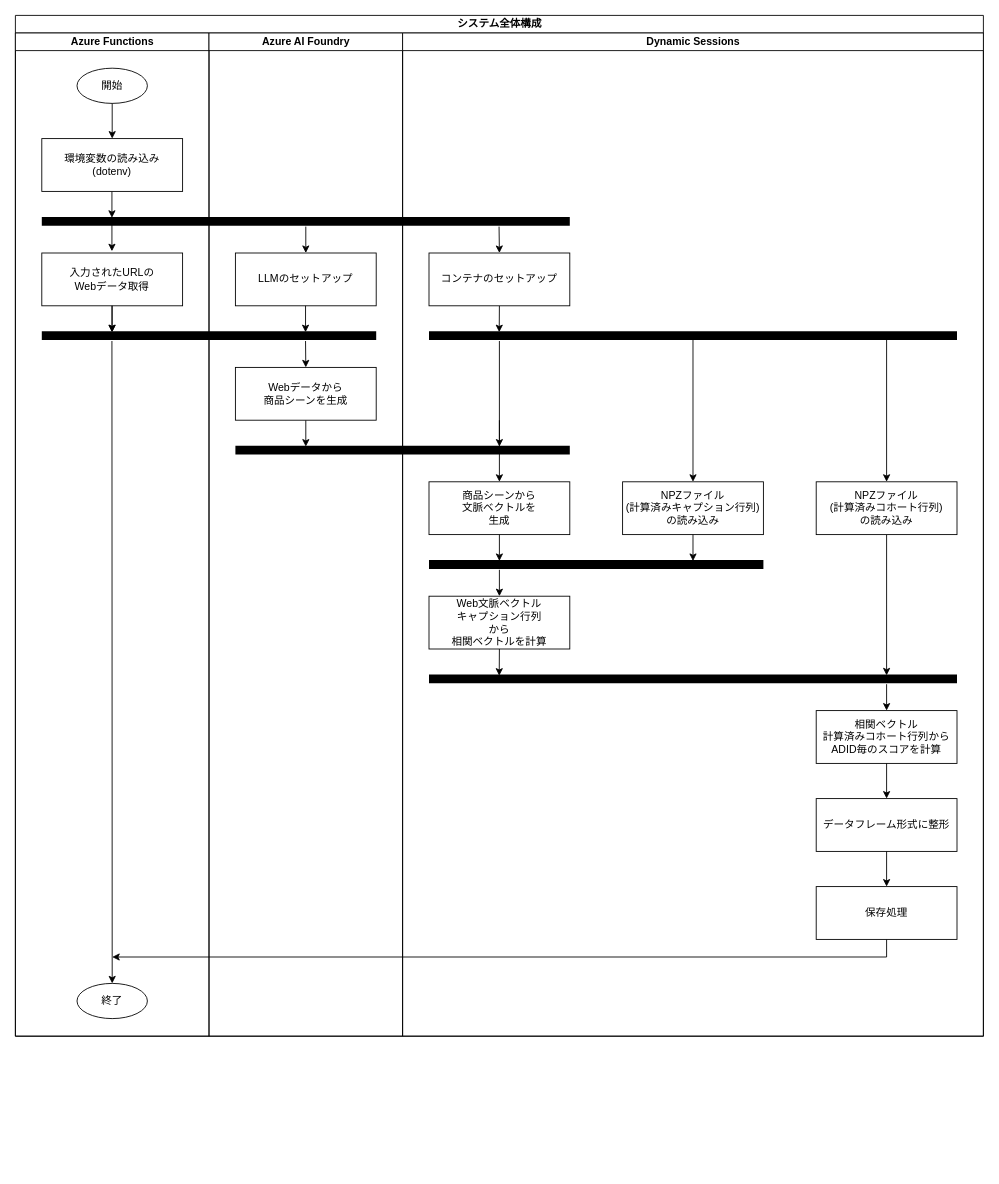
This is cohort_match_agent.drawio from AI-Datascience/Cohort_AI_Agent, a draw.io file, before an edit. Source tidied: cells renumbered, new cells numbered last; positions are measured from the earlier drawing's top-left corner, leaving out a move shared by most shapes. Both pictures are drawn from the tidied source at 88%, with x=0, y=0 at pixel (15, 15).
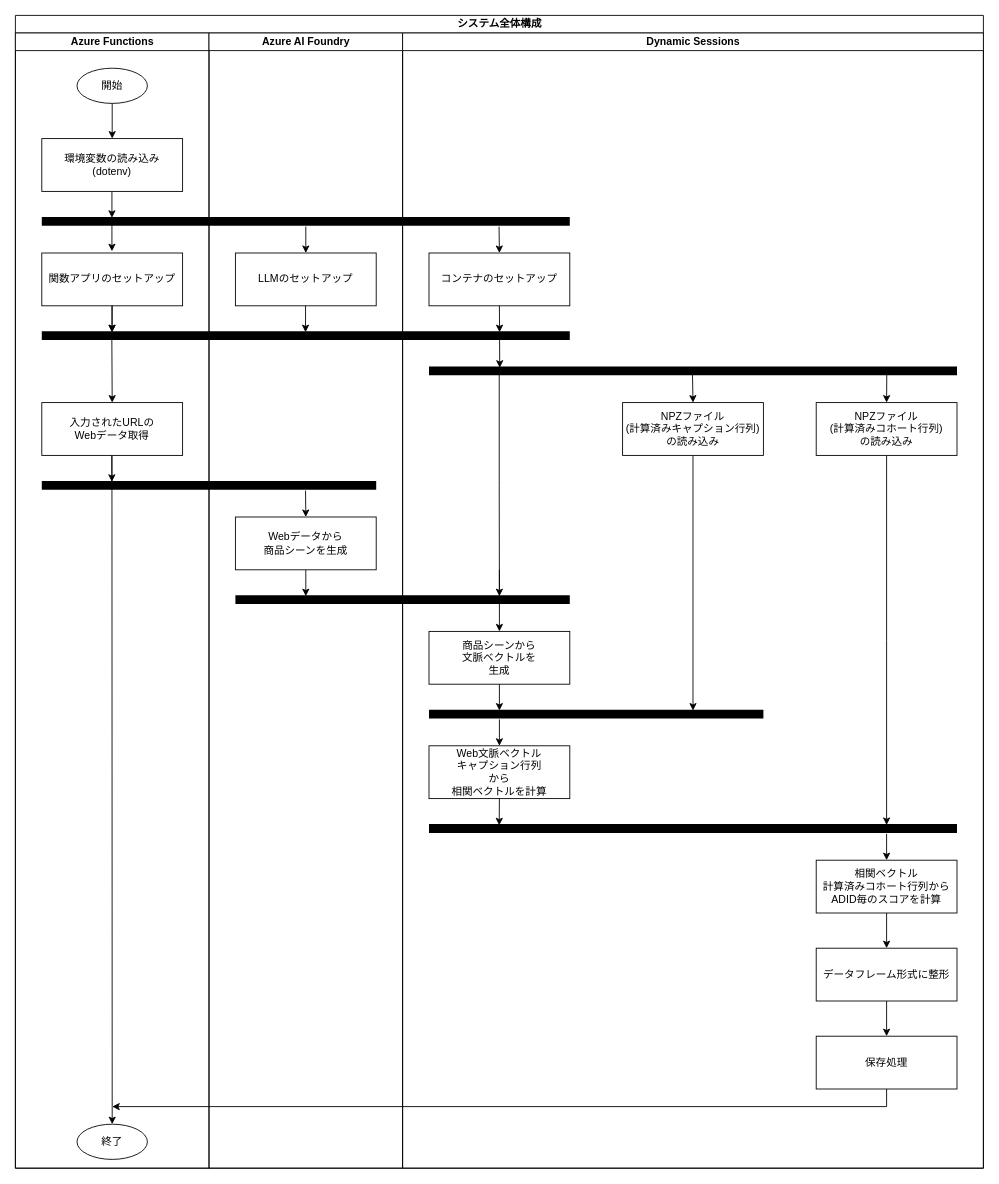
After the change.

The edit, as a diff of the source:
```diff
@@
     <mxCell id="2" value="システム全体構成" style="swimlane;startSize=20;html=1;" parent="1" vertex="1">
-      <mxGeometry width="1100" height="1160" as="geometry" />
+      <mxGeometry width="1100" height="1310" as="geometry" />
     </mxCell>
     <mxCell id="3" value="Azure Functions" style="swimlane;startSize=20;html=1;" parent="2" vertex="1">
-      <mxGeometry y="20" width="220" height="1140" as="geometry" />
+      <mxGeometry y="20" width="220" height="1290" as="geometry" />
     </mxCell>
-    <mxCell id="4" value="入力されたURLの&lt;br&gt;Webデータ取得" style="rounded=0;whiteSpace=wrap;html=1;" parent="3" vertex="1">
+    <mxCell id="4" value="関数アプリのセットアップ" style="rounded=0;whiteSpace=wrap;html=1;" parent="3" vertex="1">
       <mxGeometry x="30" y="250" width="160" height="60" as="geometry" />
     </mxCell>
@@
-    <mxCell id="10" value="終了" style="ellipse;whiteSpace=wrap;html=1;" parent="3" vertex="1">
-      <mxGeometry x="70" y="1080" width="80" height="40" as="geometry" />
-    </mxCell>
-    <mxCell id="11" style="line;strokeWidth=10;fillColor=none;align=left;verticalAlign=middle;spacingTop=-1;spacingLeft=3;spacingRight=3;labelPosition=right;strokeColor=inherit;" parent="3" vertex="1">
-      <mxGeometry x="30" y="340" width="380" height="8" as="geometry" />
-    </mxCell>
@@
-    <mxCell id="13" style="endArrow=classic;html=1;rounded=0;entryX=0.5;entryY=0;entryDx=0;entryDy=0;" parent="3" edge="1" target="10">
-      <mxGeometry relative="1" as="geometry">
-        <mxPoint x="109.7" y="350" as="sourcePoint" />
-      </mxGeometry>
-    </mxCell>
@@
-    <mxCell id="17" value="Azure AI Foundry" style="swimlane;startSize=20;html=1;" parent="2" vertex="1">
-      <mxGeometry x="220" y="20" width="220" height="1140" as="geometry" />
-    </mxCell>
-    <mxCell id="18" value="LLMのセットアップ" style="rounded=0;whiteSpace=wrap;html=1;" parent="17" vertex="1">
-      <mxGeometry x="30" y="250" width="160" height="60" as="geometry" />
-    </mxCell>
+    <mxCell id="51" style="line;strokeWidth=10;fillColor=none;align=left;verticalAlign=middle;spacingTop=-1;spacingLeft=3;spacingRight=3;labelPosition=right;points=[];portConstraint=eastwest;strokeColor=inherit;" parent="3" vertex="1">
+      <mxGeometry x="30" y="340" width="600" height="8" as="geometry" />
+    </mxCell>
+    <mxCell id="52" style="endArrow=classic;html=1;rounded=0;entryX=0.5;entryY=0;entryDx=0;entryDy=0;" parent="3" edge="1" target="54">
+      <mxGeometry relative="1" as="geometry">
+        <mxPoint x="109.6" y="348" as="sourcePoint" />
+      </mxGeometry>
+    </mxCell>
+    <mxCell id="53" style="endArrow=classic;html=1;rounded=0;entryX=0.5;entryY=0;entryDx=0;entryDy=0;" parent="3" edge="1">
+      <mxGeometry relative="1" as="geometry">
+        <mxPoint x="109.6" y="480" as="sourcePoint" />
+        <mxPoint x="109.6" y="510" as="targetPoint" />
+      </mxGeometry>
+    </mxCell>
+    <mxCell id="10" value="終了" style="ellipse;whiteSpace=wrap;html=1;" parent="3" vertex="1">
+      <mxGeometry x="70" y="1240" width="80" height="40" as="geometry" />
+    </mxCell>
+    <mxCell id="11" style="line;strokeWidth=10;fillColor=none;align=left;verticalAlign=middle;spacingTop=-1;spacingLeft=3;spacingRight=3;labelPosition=right;strokeColor=inherit;" parent="3" vertex="1">
+      <mxGeometry x="30" y="510" width="380" height="8" as="geometry" />
+    </mxCell>
-    <mxCell id="19" style="edgeStyle=orthogonalEdgeStyle;rounded=0;jettySize=auto;html=1;exitX=0.5;exitY=1;exitDx=0;exitDy=0;" parent="17" edge="1" source="20">
+    <mxCell id="19" style="edgeStyle=orthogonalEdgeStyle;rounded=0;jettySize=auto;html=1;exitX=0.5;exitY=1;exitDx=0;exitDy=0;" parent="3" edge="1" source="20">
       <mxGeometry relative="1" as="geometry">
-        <mxPoint x="110" y="470" as="targetPoint" />
+        <mxPoint x="330" y="640" as="targetPoint" />
       </mxGeometry>
     </mxCell>
-    <mxCell id="20" value="Webデータから&lt;br&gt;商品シーンを生成" style="rounded=0;whiteSpace=wrap;html=1;" parent="17" vertex="1">
-      <mxGeometry x="30" y="380" width="160" height="60" as="geometry" />
+    <mxCell id="20" value="Webデータから&lt;br&gt;商品シーンを生成" style="rounded=0;whiteSpace=wrap;html=1;" parent="3" vertex="1">
+      <mxGeometry x="250" y="550" width="160" height="60" as="geometry" />
     </mxCell>
-    <mxCell id="21" style="line;strokeWidth=10;fillColor=none;align=left;verticalAlign=middle;spacingTop=-1;spacingLeft=3;spacingRight=3;labelPosition=right;strokeColor=inherit;" parent="17" vertex="1">
-      <mxGeometry x="30" y="470" width="380" height="8" as="geometry" />
+    <mxCell id="21" style="line;strokeWidth=10;fillColor=none;align=left;verticalAlign=middle;spacingTop=-1;spacingLeft=3;spacingRight=3;labelPosition=right;strokeColor=inherit;" parent="3" vertex="1">
+      <mxGeometry x="250" y="640" width="380" height="8" as="geometry" />
     </mxCell>
-    <mxCell id="22" style="endArrow=classic;html=1;rounded=0;entryX=0.5;entryY=0;entryDx=0;entryDy=0;" parent="17" edge="1">
-      <mxGeometry relative="1" as="geometry">
-        <mxPoint x="109.7" y="310" as="sourcePoint" />
-        <mxPoint x="109.7" y="340" as="targetPoint" />
-      </mxGeometry>
-    </mxCell>
-    <mxCell id="23" style="endArrow=classic;html=1;rounded=0;entryX=0.5;entryY=0;entryDx=0;entryDy=0;" parent="17" edge="1" target="20">
+    <mxCell id="23" style="endArrow=classic;html=1;rounded=0;entryX=0.5;entryY=0;entryDx=0;entryDy=0;" parent="3" edge="1" target="20">
       <mxGeometry relative="1" as="geometry">
-        <mxPoint x="109.7" y="350" as="sourcePoint" />
+        <mxPoint x="329.7" y="520" as="sourcePoint" />
       </mxGeometry>
     </mxCell>
-    <mxCell id="24" value="Dynamic Sessions" style="swimlane;startSize=20;html=1;" parent="2" vertex="1">
-      <mxGeometry x="440" y="20" width="660" height="1140" as="geometry" />
-    </mxCell>
-    <mxCell id="25" style="line;strokeWidth=10;fillColor=none;align=left;verticalAlign=middle;spacingTop=-1;spacingLeft=3;spacingRight=3;labelPosition=right;points=[];portConstraint=eastwest;strokeColor=inherit;" parent="24" vertex="1">
-      <mxGeometry x="30" y="340" width="600" height="8" as="geometry" />
-    </mxCell>
-    <mxCell id="26" style="edgeStyle=orthogonalEdgeStyle;rounded=0;jettySize=auto;html=1;exitX=0.5;exitY=1;exitDx=0;exitDy=0;entryX=0.133;entryY=0;entryDx=0;entryDy=0;entryPerimeter=0;" parent="24" edge="1" source="27" target="25">
-      <mxGeometry relative="1" as="geometry" />
-    </mxCell>
-    <mxCell id="27" value="コンテナのセットアップ" style="rounded=0;whiteSpace=wrap;html=1;" parent="24" vertex="1">
-      <mxGeometry x="30" y="250" width="160" height="60" as="geometry" />
-    </mxCell>
-    <mxCell id="28" style="endArrow=classic;html=1;rounded=0;entryX=0.5;entryY=0;entryDx=0;entryDy=0;" parent="24" edge="1" source="25" target="35">
-      <mxGeometry relative="1" as="geometry" />
-    </mxCell>
-    <mxCell id="29" style="endArrow=classic;html=1;rounded=0;entryX=0.5;entryY=0;entryDx=0;entryDy=0;" parent="24" edge="1" target="37">
-      <mxGeometry relative="1" as="geometry">
-        <mxPoint x="550" y="348" as="sourcePoint" />
-      </mxGeometry>
-    </mxCell>
-    <mxCell id="30" style="edgeStyle=orthogonalEdgeStyle;rounded=0;jettySize=auto;html=1;exitX=0.5;exitY=1;exitDx=0;exitDy=0;entryX=0.133;entryY=0.042;entryDx=0;entryDy=0;entryPerimeter=0;" parent="24" edge="1" source="31" target="46">
+    <mxCell id="30" style="edgeStyle=orthogonalEdgeStyle;rounded=0;jettySize=auto;html=1;exitX=0.5;exitY=1;exitDx=0;exitDy=0;entryX=0.133;entryY=0.042;entryDx=0;entryDy=0;entryPerimeter=0;" parent="3" edge="1" source="31" target="46">
       <mxGeometry relative="1" as="geometry" />
     </mxCell>
-    <mxCell id="31" value="Web文脈ベクトル&lt;br&gt;キャプション行列&lt;br&gt;から&lt;br&gt;相関ベクトルを計算" style="rounded=0;whiteSpace=wrap;html=1;" parent="24" vertex="1">
-      <mxGeometry x="30" y="640" width="160" height="60" as="geometry" />
+    <mxCell id="31" value="Web文脈ベクトル&lt;br&gt;キャプション行列&lt;br&gt;から&lt;br&gt;相関ベクトルを計算" style="rounded=0;whiteSpace=wrap;html=1;" parent="3" vertex="1">
+      <mxGeometry x="470" y="810" width="160" height="60" as="geometry" />
     </mxCell>
-    <mxCell id="32" value="商品シーンから&lt;br&gt;文脈ベクトルを&lt;br&gt;生成" style="rounded=0;whiteSpace=wrap;html=1;" parent="24" vertex="1">
-      <mxGeometry x="30" y="510" width="160" height="60" as="geometry" />
+    <mxCell id="32" value="商品シーンから&lt;br&gt;文脈ベクトルを&lt;br&gt;生成" style="rounded=0;whiteSpace=wrap;html=1;" parent="3" vertex="1">
+      <mxGeometry x="470" y="680" width="160" height="60" as="geometry" />
     </mxCell>
-    <mxCell id="33" style="edgeStyle=orthogonalEdgeStyle;rounded=0;orthogonalLoop=1;jettySize=auto;html=1;" parent="24" edge="1">
+    <mxCell id="33" style="edgeStyle=orthogonalEdgeStyle;rounded=0;jettySize=auto;html=1;exitX=0.133;exitY=0.95;exitDx=0;exitDy=0;exitPerimeter=0;" parent="3" edge="1" source="25">
       <mxGeometry relative="1" as="geometry">
-        <mxPoint x="110" y="350" as="sourcePoint" />
-        <mxPoint x="110" y="470" as="targetPoint" />
+        <mxPoint x="550" y="640" as="targetPoint" />
       </mxGeometry>
     </mxCell>
-    <mxCell id="34" style="edgeStyle=orthogonalEdgeStyle;rounded=0;jettySize=auto;html=1;exitX=0.5;exitY=1;exitDx=0;exitDy=0;" parent="24" edge="1" source="32">
+    <mxCell id="34" style="edgeStyle=orthogonalEdgeStyle;rounded=0;jettySize=auto;html=1;exitX=0.5;exitY=1;exitDx=0;exitDy=0;" parent="3" edge="1" source="32">
       <mxGeometry relative="1" as="geometry">
-        <mxPoint x="110" y="600" as="targetPoint" />
+        <mxPoint x="550" y="770" as="targetPoint" />
       </mxGeometry>
     </mxCell>
-    <mxCell id="35" value="NPZファイル&lt;br&gt;(計算済みキャプション行列)&lt;br&gt;の読み込み" style="rounded=0;whiteSpace=wrap;html=1;" parent="24" vertex="1">
-      <mxGeometry x="250" y="510" width="160" height="60" as="geometry" />
-    </mxCell>
-    <mxCell id="36" style="edgeStyle=orthogonalEdgeStyle;rounded=0;jettySize=auto;html=1;exitX=0.5;exitY=1;exitDx=0;exitDy=0;" parent="24" edge="1" source="37">
+    <mxCell id="36" style="edgeStyle=orthogonalEdgeStyle;rounded=0;jettySize=auto;html=1;exitX=0.5;exitY=1;exitDx=0;exitDy=0;" parent="3" edge="1" source="37">
       <mxGeometry relative="1" as="geometry">
-        <mxPoint x="550" y="730" as="targetPoint" />
+        <mxPoint x="990" y="900" as="targetPoint" />
       </mxGeometry>
     </mxCell>
-    <mxCell id="37" value="NPZファイル&lt;br&gt;(計算済みコホート行列)&lt;br&gt;の読み込み" style="rounded=0;whiteSpace=wrap;html=1;" parent="24" vertex="1">
-      <mxGeometry x="470" y="510" width="160" height="60" as="geometry" />
-    </mxCell>
-    <mxCell id="38" style="edgeStyle=orthogonalEdgeStyle;rounded=0;jettySize=auto;html=1;exitX=0.5;exitY=1;exitDx=0;exitDy=0;" parent="24" edge="1" source="39">
+    <mxCell id="38" style="edgeStyle=orthogonalEdgeStyle;rounded=0;jettySize=auto;html=1;exitX=0.5;exitY=1;exitDx=0;exitDy=0;" parent="3" edge="1" source="39">
       <mxGeometry relative="1" as="geometry">
-        <mxPoint x="-330" y="1050" as="targetPoint" />
+        <mxPoint x="110" y="1220" as="targetPoint" />
         <Array as="points">
-          <mxPoint x="550" y="1050" />
-          <mxPoint x="-330" y="1050" />
+          <mxPoint x="990" y="1220" />
+          <mxPoint x="110" y="1220" />
         </Array>
       </mxGeometry>
     </mxCell>
-    <mxCell id="39" value="保存処理" style="rounded=0;whiteSpace=wrap;html=1;" parent="24" vertex="1">
-      <mxGeometry x="470" y="970" width="160" height="60" as="geometry" />
+    <mxCell id="39" value="保存処理" style="rounded=0;whiteSpace=wrap;html=1;" parent="3" vertex="1">
+      <mxGeometry x="910" y="1140" width="160" height="60" as="geometry" />
     </mxCell>
-    <mxCell id="40" value="データフレーム形式に整形" style="rounded=0;whiteSpace=wrap;html=1;" parent="24" vertex="1">
-      <mxGeometry x="470" y="870" width="160" height="60" as="geometry" />
+    <mxCell id="40" value="データフレーム形式に整形" style="rounded=0;whiteSpace=wrap;html=1;" parent="3" vertex="1">
+      <mxGeometry x="910" y="1040" width="160" height="60" as="geometry" />
     </mxCell>
-    <mxCell id="41" style="edgeStyle=orthogonalEdgeStyle;rounded=0;jettySize=auto;html=1;exitX=0.5;exitY=1;exitDx=0;exitDy=0;entryX=0.5;entryY=0;entryDx=0;entryDy=0;" parent="24" edge="1" source="40" target="39">
+    <mxCell id="41" style="edgeStyle=orthogonalEdgeStyle;rounded=0;jettySize=auto;html=1;exitX=0.5;exitY=1;exitDx=0;exitDy=0;entryX=0.5;entryY=0;entryDx=0;entryDy=0;" parent="3" edge="1" source="40" target="39">
       <mxGeometry relative="1" as="geometry" />
     </mxCell>
-    <mxCell id="42" value="相関ベクトル&lt;br&gt;計算済みコホート行列から&lt;br&gt;ADID毎のスコアを計算" style="rounded=0;whiteSpace=wrap;html=1;" parent="24" vertex="1">
-      <mxGeometry x="470" y="770" width="160" height="60" as="geometry" />
+    <mxCell id="42" value="相関ベクトル&lt;br&gt;計算済みコホート行列から&lt;br&gt;ADID毎のスコアを計算" style="rounded=0;whiteSpace=wrap;html=1;" parent="3" vertex="1">
+      <mxGeometry x="910" y="940" width="160" height="60" as="geometry" />
     </mxCell>
-    <mxCell id="43" style="edgeStyle=orthogonalEdgeStyle;rounded=0;jettySize=auto;html=1;exitX=0.5;exitY=1;exitDx=0;exitDy=0;entryX=0.5;entryY=0;entryDx=0;entryDy=0;" parent="24" edge="1" source="42" target="40">
+    <mxCell id="43" style="edgeStyle=orthogonalEdgeStyle;rounded=0;jettySize=auto;html=1;exitX=0.5;exitY=1;exitDx=0;exitDy=0;entryX=0.5;entryY=0;entryDx=0;entryDy=0;" parent="3" edge="1" source="42" target="40">
       <mxGeometry relative="1" as="geometry" />
     </mxCell>
-    <mxCell id="44" style="line;strokeWidth=10;fillColor=none;align=left;verticalAlign=middle;spacingTop=-1;spacingLeft=3;spacingRight=3;labelPosition=right;strokeColor=inherit;" parent="24" vertex="1">
-      <mxGeometry x="30" y="600" width="380" height="8" as="geometry" />
+    <mxCell id="44" style="line;strokeWidth=10;fillColor=none;align=left;verticalAlign=middle;spacingTop=-1;spacingLeft=3;spacingRight=3;labelPosition=right;strokeColor=inherit;" parent="3" vertex="1">
+      <mxGeometry x="470" y="770" width="380" height="8" as="geometry" />
     </mxCell>
-    <mxCell id="45" style="endArrow=classic;html=1;rounded=0;exitX=0.5;exitY=1;exitDx=0;exitDy=0;" parent="24" edge="1" source="35">
+    <mxCell id="45" style="endArrow=classic;html=1;rounded=0;exitX=0.5;exitY=1;exitDx=0;exitDy=0;" parent="3" edge="1" source="35">
       <mxGeometry relative="1" as="geometry">
-        <mxPoint x="330" y="600" as="targetPoint" />
+        <mxPoint x="770" y="770" as="targetPoint" />
       </mxGeometry>
     </mxCell>
-    <mxCell id="46" style="line;strokeWidth=10;fillColor=none;align=left;verticalAlign=middle;spacingTop=-1;spacingLeft=3;spacingRight=3;labelPosition=right;points=[];portConstraint=eastwest;strokeColor=inherit;" parent="24" vertex="1">
-      <mxGeometry x="30" y="730" width="600" height="8" as="geometry" />
+    <mxCell id="46" style="line;strokeWidth=10;fillColor=none;align=left;verticalAlign=middle;spacingTop=-1;spacingLeft=3;spacingRight=3;labelPosition=right;points=[];portConstraint=eastwest;strokeColor=inherit;" parent="3" vertex="1">
+      <mxGeometry x="470" y="900" width="600" height="8" as="geometry" />
     </mxCell>
-    <mxCell id="47" style="edgeStyle=orthogonalEdgeStyle;rounded=0;jettySize=auto;html=1;entryX=0.5;entryY=0;entryDx=0;entryDy=0;" parent="24" edge="1" target="31">
+    <mxCell id="47" style="edgeStyle=orthogonalEdgeStyle;rounded=0;jettySize=auto;html=1;entryX=0.5;entryY=0;entryDx=0;entryDy=0;" parent="3" edge="1" target="31">
       <mxGeometry relative="1" as="geometry">
-        <mxPoint x="110" y="610" as="sourcePoint" />
+        <mxPoint x="550" y="780" as="sourcePoint" />
       </mxGeometry>
     </mxCell>
-    <mxCell id="48" style="endArrow=classic;html=1;rounded=0;entryX=0.5;entryY=0;entryDx=0;entryDy=0;" parent="24" edge="1" target="42">
+    <mxCell id="48" style="endArrow=classic;html=1;rounded=0;entryX=0.5;entryY=0;entryDx=0;entryDy=0;" parent="3" edge="1" target="42">
       <mxGeometry relative="1" as="geometry">
-        <mxPoint x="550" y="740" as="sourcePoint" />
+        <mxPoint x="990" y="910" as="sourcePoint" />
       </mxGeometry>
     </mxCell>
-    <mxCell id="49" style="endArrow=classic;html=1;rounded=0;entryX=0.5;entryY=0;entryDx=0;entryDy=0;" parent="1" edge="1" target="32">
+    <mxCell id="49" style="endArrow=classic;html=1;rounded=0;entryX=0.5;entryY=0;entryDx=0;entryDy=0;" parent="3" edge="1" target="32">
       <mxGeometry relative="1" as="geometry">
-        <mxPoint x="550" y="460" as="sourcePoint" />
+        <mxPoint x="550" y="610" as="sourcePoint" />
       </mxGeometry>
     </mxCell>
+    <mxCell id="54" value="入力されたURLの&lt;br&gt;Webデータ取得" style="rounded=0;whiteSpace=wrap;html=1;" parent="3" vertex="1">
+      <mxGeometry x="30" y="420" width="160" height="60" as="geometry" />
+    </mxCell>
+    <mxCell id="17" value="Azure AI Foundry" style="swimlane;startSize=20;html=1;" parent="2" vertex="1">
+      <mxGeometry x="220" y="20" width="220" height="1290" as="geometry" />
+    </mxCell>
+    <mxCell id="18" value="LLMのセットアップ" style="rounded=0;whiteSpace=wrap;html=1;" parent="17" vertex="1">
+      <mxGeometry x="30" y="250" width="160" height="60" as="geometry" />
+    </mxCell>
+    <mxCell id="22" style="endArrow=classic;html=1;rounded=0;entryX=0.5;entryY=0;entryDx=0;entryDy=0;" parent="17" edge="1">
+      <mxGeometry relative="1" as="geometry">
+        <mxPoint x="109.7" y="310" as="sourcePoint" />
+        <mxPoint x="109.7" y="340" as="targetPoint" />
+      </mxGeometry>
+    </mxCell>
+    <mxCell id="13" style="endArrow=classic;html=1;rounded=0;entryX=0.5;entryY=0;entryDx=0;entryDy=0;" parent="17" edge="1" target="10">
+      <mxGeometry relative="1" as="geometry">
+        <mxPoint x="-110.3" y="480" as="sourcePoint" />
+      </mxGeometry>
+    </mxCell>
+    <mxCell id="24" value="Dynamic Sessions" style="swimlane;startSize=20;html=1;" parent="2" vertex="1">
+      <mxGeometry x="440" y="20" width="660" height="1290" as="geometry" />
+    </mxCell>
+    <mxCell id="27" value="コンテナのセットアップ" style="rounded=0;whiteSpace=wrap;html=1;" parent="24" vertex="1">
+      <mxGeometry x="30" y="250" width="160" height="60" as="geometry" />
+    </mxCell>
+    <mxCell id="25" style="line;strokeWidth=10;fillColor=none;align=left;verticalAlign=middle;spacingTop=-1;spacingLeft=3;spacingRight=3;labelPosition=right;points=[];portConstraint=eastwest;strokeColor=inherit;" parent="24" vertex="1">
+      <mxGeometry x="30" y="380" width="600" height="8" as="geometry" />
+    </mxCell>
+    <mxCell id="35" value="NPZファイル&lt;br&gt;(計算済みキャプション行列)&lt;br&gt;の読み込み" style="rounded=0;whiteSpace=wrap;html=1;" parent="24" vertex="1">
+      <mxGeometry x="250" y="420" width="160" height="60" as="geometry" />
+    </mxCell>
+    <mxCell id="28" style="endArrow=classic;html=1;rounded=0;entryX=0.5;entryY=0;entryDx=0;entryDy=0;exitX=0.499;exitY=0.95;exitDx=0;exitDy=0;exitPerimeter=0;" parent="24" edge="1" source="25" target="35">
+      <mxGeometry relative="1" as="geometry" />
+    </mxCell>
+    <mxCell id="37" value="NPZファイル&lt;br&gt;(計算済みコホート行列)&lt;br&gt;の読み込み" style="rounded=0;whiteSpace=wrap;html=1;" parent="24" vertex="1">
+      <mxGeometry x="470" y="420" width="160" height="60" as="geometry" />
+    </mxCell>
+    <mxCell id="29" style="endArrow=classic;html=1;rounded=0;entryX=0.5;entryY=0;entryDx=0;entryDy=0;exitX=0.867;exitY=0.95;exitDx=0;exitDy=0;exitPerimeter=0;" parent="24" edge="1" source="25" target="37">
+      <mxGeometry relative="1" as="geometry" />
+    </mxCell>
+    <mxCell id="26" style="edgeStyle=orthogonalEdgeStyle;rounded=0;jettySize=auto;html=1;exitX=0.5;exitY=1;exitDx=0;exitDy=0;entryX=0.867;entryY=0;entryDx=0;entryDy=0;entryPerimeter=0;" parent="2" edge="1" source="27" target="51">
+      <mxGeometry relative="1" as="geometry" />
+    </mxCell>
+    <mxCell id="55" style="edgeStyle=orthogonalEdgeStyle;rounded=0;jettySize=auto;html=1;exitX=0.867;exitY=0.95;exitDx=0;exitDy=0;exitPerimeter=0;entryX=0.134;entryY=0.05;entryDx=0;entryDy=0;entryPerimeter=0;" parent="2" edge="1" source="51" target="25">
+      <mxGeometry relative="1" as="geometry" />
+    </mxCell>
```
